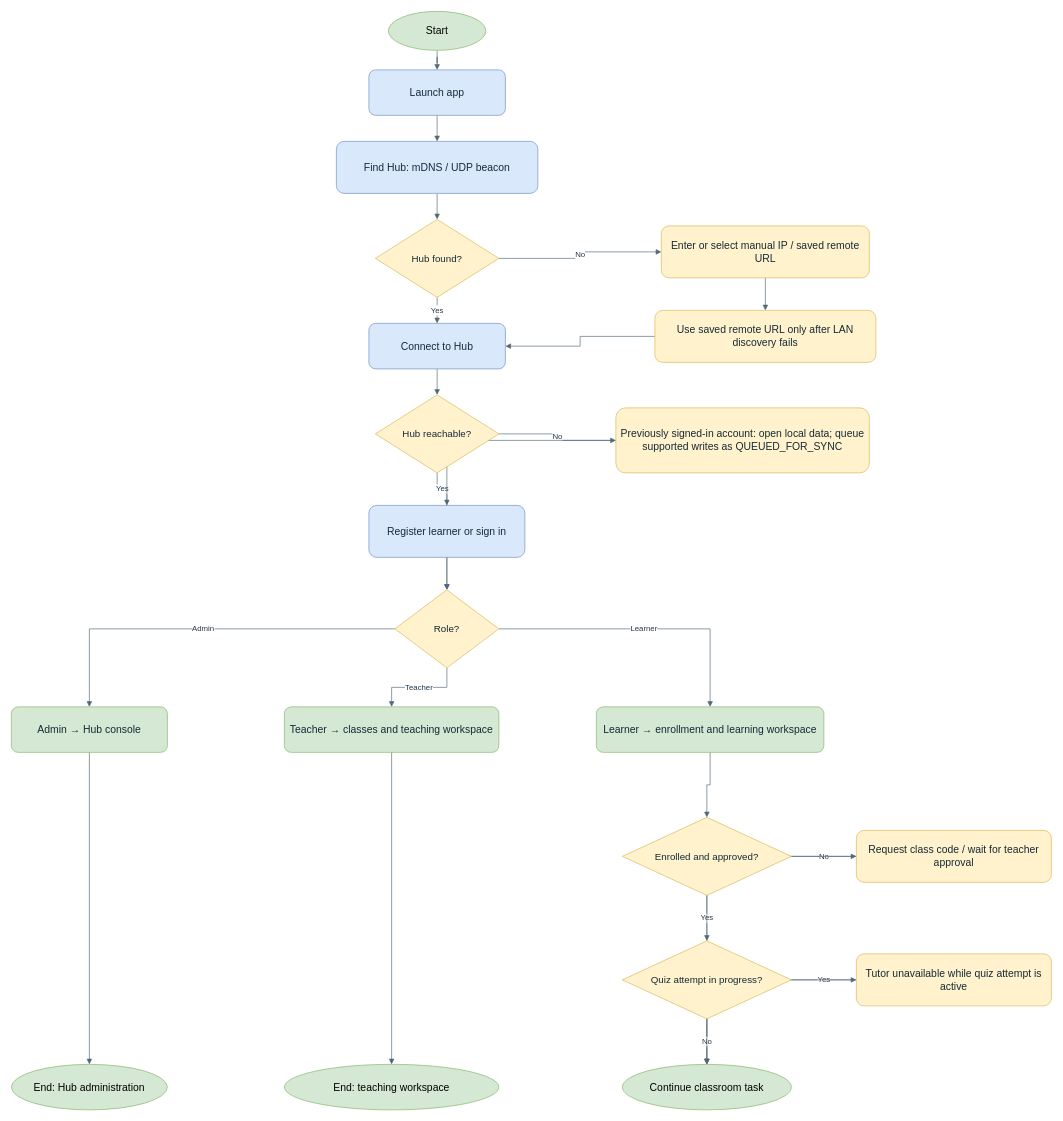
This is docs/thesis/chapter-3/diagrams/system-flowchart.drawio from BootlegYouki/L.A.R.A, a draw.io file, before an edit. Source tidied: cells renumbered, new cells numbered last; positions are measured from the earlier drawing's top-left corner, leaving out a move shared by most shapes. Both pictures are drawn from the tidied source at 65%, with x=0, y=0 at pixel (11, 11).
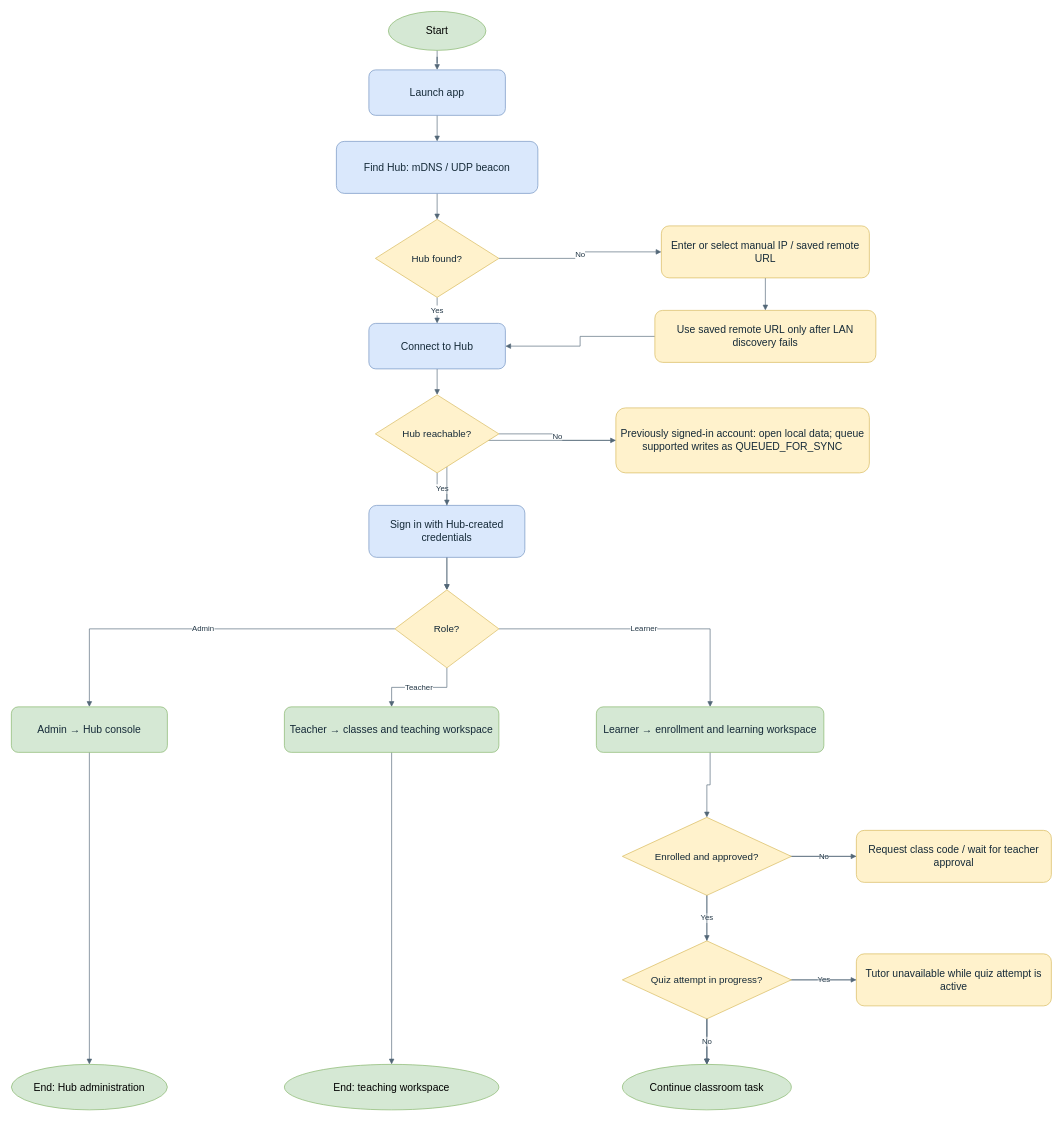
After the change.

The edit, as a diff of the source:
```diff
@@
-    <mxCell id="35" value="Register learner or sign in" style="rounded=1;whiteSpace=wrap;html=1;fillColor=#dae8fc;strokeColor=#6c8ebf;fontColor=#152a38;fontSize=16;align=center;verticalAlign=middle;spacing=8;" parent="1" vertex="1">
+    <mxCell id="35" value="Sign in with Hub-created credentials" style="rounded=1;whiteSpace=wrap;html=1;fillColor=#dae8fc;strokeColor=#6c8ebf;fontColor=#152a38;fontSize=16;align=center;verticalAlign=middle;spacing=8;" parent="1" vertex="1">
       <mxGeometry x="550" y="760" width="240" height="80" as="geometry" />
     </mxCell>
```
